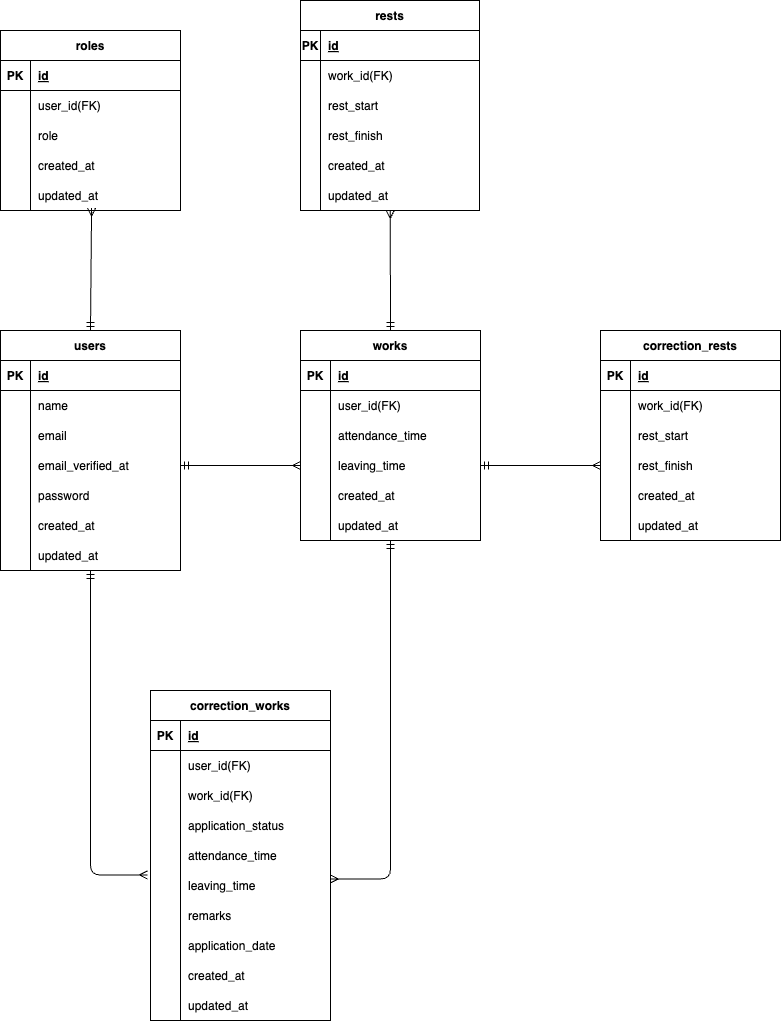
The draw.io diagram .drawio.png in hirata784/time_attendance_management_app, before a commit. Source tidied: cells renumbered, new cells last; positions are measured from the earlier drawing's top-left corner, leaving out a move shared by most shapes.
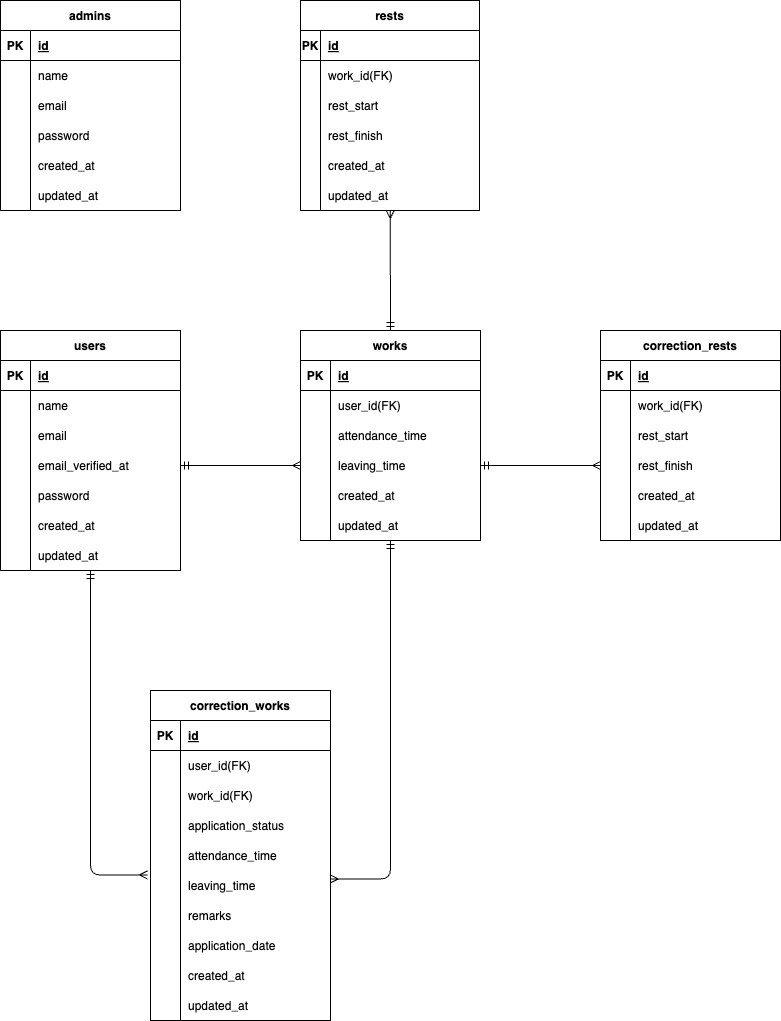
After the commit.

Diff of the diagram source:
```diff
@@ -188,57 +188,6 @@
     <mxCell id="63" style="edgeStyle=none;html=1;entryX=0;entryY=0.5;entryDx=0;entryDy=0;endArrow=ERmany;endFill=0;startArrow=ERmandOne;startFill=0;" parent="1" edge="1" source="12" target="54">
       <mxGeometry relative="1" as="geometry" />
     </mxCell>
-    <mxCell id="64" value="roles" style="shape=table;startSize=30;rowLines=0;fontStyle=1;align=center;" parent="1" vertex="1">
-      <mxGeometry y="30" width="180" height="180" as="geometry" />
-    </mxCell>
-    <mxCell id="65" style="shape=tableRow;horizontal=0;startSize=0;swimlaneHead=0;swimlaneBody=0;fillColor=none;top=0;left=0;right=0;bottom=1;" parent="64" vertex="1">
-      <mxGeometry y="30" width="180" height="30" as="geometry" />
-    </mxCell>
-    <mxCell id="66" value="PK" style="shape=partialRectangle;fillColor=none;top=0;left=0;bottom=0;right=0;fontStyle=1;overflow=hidden;" parent="65" vertex="1">
-      <mxGeometry width="30" height="30" as="geometry" />
-    </mxCell>
-    <mxCell id="67" value="id" style="shape=partialRectangle;fillColor=none;top=0;left=0;bottom=0;right=0;align=left;spacingLeft=6;fontStyle=5;overflow=hidden;" parent="65" vertex="1">
-      <mxGeometry x="30" width="150" height="30" as="geometry" />
-    </mxCell>
-    <mxCell id="68" style="shape=tableRow;horizontal=0;startSize=0;swimlaneHead=0;swimlaneBody=0;fillColor=none;top=0;left=0;right=0;bottom=0;" parent="64" vertex="1">
-      <mxGeometry y="60" width="180" height="30" as="geometry" />
-    </mxCell>
-    <mxCell id="69" style="shape=partialRectangle;fillColor=none;top=0;left=0;bottom=0;right=0;overflow=hidden;" parent="68" vertex="1">
-      <mxGeometry width="30" height="30" as="geometry" />
-    </mxCell>
-    <mxCell id="70" value="user_id(FK)" style="shape=partialRectangle;fillColor=none;top=0;left=0;bottom=0;right=0;align=left;spacingLeft=6;overflow=hidden;" parent="68" vertex="1">
-      <mxGeometry x="30" width="150" height="30" as="geometry" />
-    </mxCell>
-    <mxCell id="71" style="shape=tableRow;horizontal=0;startSize=0;swimlaneHead=0;swimlaneBody=0;fillColor=none;top=0;left=0;right=0;bottom=0;" parent="64" vertex="1">
-      <mxGeometry y="90" width="180" height="30" as="geometry" />
-    </mxCell>
-    <mxCell id="72" style="shape=partialRectangle;fillColor=none;top=0;left=0;bottom=0;right=0;overflow=hidden;" parent="71" vertex="1">
-      <mxGeometry width="30" height="30" as="geometry" />
-    </mxCell>
-    <mxCell id="73" value="role" style="shape=partialRectangle;fillColor=none;top=0;left=0;bottom=0;right=0;align=left;spacingLeft=6;overflow=hidden;" parent="71" vertex="1">
-      <mxGeometry x="30" width="150" height="30" as="geometry" />
-    </mxCell>
-    <mxCell id="74" style="shape=tableRow;horizontal=0;startSize=0;swimlaneHead=0;swimlaneBody=0;fillColor=none;top=0;left=0;right=0;bottom=0;" parent="64" vertex="1">
-      <mxGeometry y="120" width="180" height="30" as="geometry" />
-    </mxCell>
-    <mxCell id="75" style="shape=partialRectangle;fillColor=none;top=0;left=0;bottom=0;right=0;overflow=hidden;" parent="74" vertex="1">
-      <mxGeometry width="30" height="30" as="geometry" />
-    </mxCell>
-    <mxCell id="76" value="created_at" style="shape=partialRectangle;fillColor=none;top=0;left=0;bottom=0;right=0;align=left;spacingLeft=6;overflow=hidden;" parent="74" vertex="1">
-      <mxGeometry x="30" width="150" height="30" as="geometry" />
-    </mxCell>
-    <mxCell id="77" style="shape=tableRow;horizontal=0;startSize=0;swimlaneHead=0;swimlaneBody=0;fillColor=none;points=[[0,0.5],[1,0.5]];portConstraint=eastwest;top=0;left=0;right=0;bottom=0;" parent="64" vertex="1">
-      <mxGeometry y="150" width="180" height="30" as="geometry" />
-    </mxCell>
-    <mxCell id="78" style="shape=partialRectangle;fillColor=none;top=0;left=0;bottom=0;right=0;overflow=hidden;" parent="77" vertex="1">
-      <mxGeometry width="30" height="30" as="geometry" />
-    </mxCell>
-    <mxCell id="79" value="updated_at" style="shape=partialRectangle;fillColor=none;top=0;left=0;bottom=0;right=0;align=left;spacingLeft=6;overflow=hidden;" parent="77" vertex="1">
-      <mxGeometry x="30" width="150" height="30" as="geometry" />
-    </mxCell>
-    <mxCell id="80" style="edgeStyle=none;html=1;exitX=0.5;exitY=0;exitDx=0;exitDy=0;entryX=0.506;entryY=0.917;entryDx=0;entryDy=0;entryPerimeter=0;endArrow=ERmany;endFill=0;startArrow=ERmandOne;startFill=0;" parent="1" edge="1" source="2" target="77">
-      <mxGeometry relative="1" as="geometry" />
-    </mxCell>
     <mxCell id="81" value="correction_works" style="shape=table;startSize=30;rowLines=0;fontStyle=1;align=center;" parent="1" vertex="1">
       <mxGeometry x="150" y="690" width="180" height="330" as="geometry" />
     </mxCell>
@@ -398,5 +347,62 @@
     <mxCell id="133" style="edgeStyle=orthogonalEdgeStyle;html=1;entryX=1;entryY=0.283;entryDx=0;entryDy=0;entryPerimeter=0;endArrow=ERmany;endFill=0;startArrow=ERmandOne;startFill=0;" parent="1" edge="1" source="44" target="97">
       <mxGeometry relative="1" as="geometry" />
     </mxCell>
+    <mxCell id="134" value="admins" style="shape=table;startSize=30;rowLines=0;fontStyle=1;align=center;" parent="1" vertex="1">
+      <mxGeometry width="180" height="210" as="geometry" />
+    </mxCell>
+    <mxCell id="65" style="shape=tableRow;horizontal=0;startSize=0;swimlaneHead=0;swimlaneBody=0;fillColor=none;top=0;left=0;right=0;bottom=1;" parent="134" vertex="1">
+      <mxGeometry y="30" width="180" height="30" as="geometry" />
+    </mxCell>
+    <mxCell id="66" value="PK" style="shape=partialRectangle;fillColor=none;top=0;left=0;bottom=0;right=0;fontStyle=1;overflow=hidden;" parent="65" vertex="1">
+      <mxGeometry width="30" height="30" as="geometry" />
+    </mxCell>
+    <mxCell id="67" value="id" style="shape=partialRectangle;fillColor=none;top=0;left=0;bottom=0;right=0;align=left;spacingLeft=6;fontStyle=5;overflow=hidden;" parent="65" vertex="1">
+      <mxGeometry x="30" width="150" height="30" as="geometry" />
+    </mxCell>
+    <mxCell id="68" style="shape=tableRow;horizontal=0;startSize=0;swimlaneHead=0;swimlaneBody=0;fillColor=none;top=0;left=0;right=0;bottom=0;" parent="134" vertex="1">
+      <mxGeometry y="60" width="180" height="30" as="geometry" />
+    </mxCell>
+    <mxCell id="135" style="shape=partialRectangle;fillColor=none;top=0;left=0;bottom=0;right=0;overflow=hidden;" parent="68" vertex="1">
+      <mxGeometry width="30" height="30" as="geometry" />
+    </mxCell>
+    <mxCell id="136" value="name" style="shape=partialRectangle;fillColor=none;top=0;left=0;bottom=0;right=0;align=left;spacingLeft=6;overflow=hidden;" parent="68" vertex="1">
+      <mxGeometry x="30" width="150" height="30" as="geometry" />
+    </mxCell>
+    <mxCell id="71" style="shape=tableRow;horizontal=0;startSize=0;swimlaneHead=0;swimlaneBody=0;fillColor=none;top=0;left=0;right=0;bottom=0;" parent="134" vertex="1">
+      <mxGeometry y="90" width="180" height="30" as="geometry" />
+    </mxCell>
+    <mxCell id="137" style="shape=partialRectangle;fillColor=none;top=0;left=0;bottom=0;right=0;overflow=hidden;" parent="71" vertex="1">
+      <mxGeometry width="30" height="30" as="geometry" />
+    </mxCell>
+    <mxCell id="138" value="email" style="shape=partialRectangle;fillColor=none;top=0;left=0;bottom=0;right=0;align=left;spacingLeft=6;overflow=hidden;" parent="71" vertex="1">
+      <mxGeometry x="30" width="150" height="30" as="geometry" />
+    </mxCell>
+    <mxCell id="74" style="shape=tableRow;horizontal=0;startSize=0;swimlaneHead=0;swimlaneBody=0;fillColor=none;top=0;left=0;right=0;bottom=0;" parent="134" vertex="1">
+      <mxGeometry y="120" width="180" height="30" as="geometry" />
+    </mxCell>
+    <mxCell id="139" style="shape=partialRectangle;fillColor=none;top=0;left=0;bottom=0;right=0;overflow=hidden;" parent="74" vertex="1">
+      <mxGeometry width="30" height="30" as="geometry" />
+    </mxCell>
+    <mxCell id="140" value="password" style="shape=partialRectangle;fillColor=none;top=0;left=0;bottom=0;right=0;align=left;spacingLeft=6;overflow=hidden;" parent="74" vertex="1">
+      <mxGeometry x="30" width="150" height="30" as="geometry" />
+    </mxCell>
+    <mxCell id="77" style="shape=tableRow;horizontal=0;startSize=0;swimlaneHead=0;swimlaneBody=0;fillColor=none;points=[[0,0.5],[1,0.5]];portConstraint=eastwest;top=0;left=0;right=0;bottom=0;" parent="134" vertex="1">
+      <mxGeometry y="150" width="180" height="30" as="geometry" />
+    </mxCell>
+    <mxCell id="141" style="shape=partialRectangle;fillColor=none;top=0;left=0;bottom=0;right=0;overflow=hidden;" parent="77" vertex="1">
+      <mxGeometry width="30" height="30" as="geometry" />
+    </mxCell>
+    <mxCell id="76" value="created_at" style="shape=partialRectangle;fillColor=none;top=0;left=0;bottom=0;right=0;align=left;spacingLeft=6;overflow=hidden;" parent="77" vertex="1">
+      <mxGeometry x="30" width="150" height="30" as="geometry" />
+    </mxCell>
+    <mxCell id="142" style="shape=tableRow;horizontal=0;startSize=0;swimlaneHead=0;swimlaneBody=0;fillColor=none;top=0;left=0;right=0;bottom=0;" parent="134" vertex="1">
+      <mxGeometry y="180" width="180" height="30" as="geometry" />
+    </mxCell>
+    <mxCell id="143" style="shape=partialRectangle;fillColor=none;top=0;left=0;bottom=0;right=0;overflow=hidden;" parent="142" vertex="1">
+      <mxGeometry width="30" height="30" as="geometry" />
+    </mxCell>
+    <mxCell id="79" value="updated_at" style="shape=partialRectangle;fillColor=none;top=0;left=0;bottom=0;right=0;align=left;spacingLeft=6;overflow=hidden;" parent="142" vertex="1">
+      <mxGeometry x="30" width="150" height="30" as="geometry" />
+    </mxCell>
   </root>
 </mxGraphModel>
```
